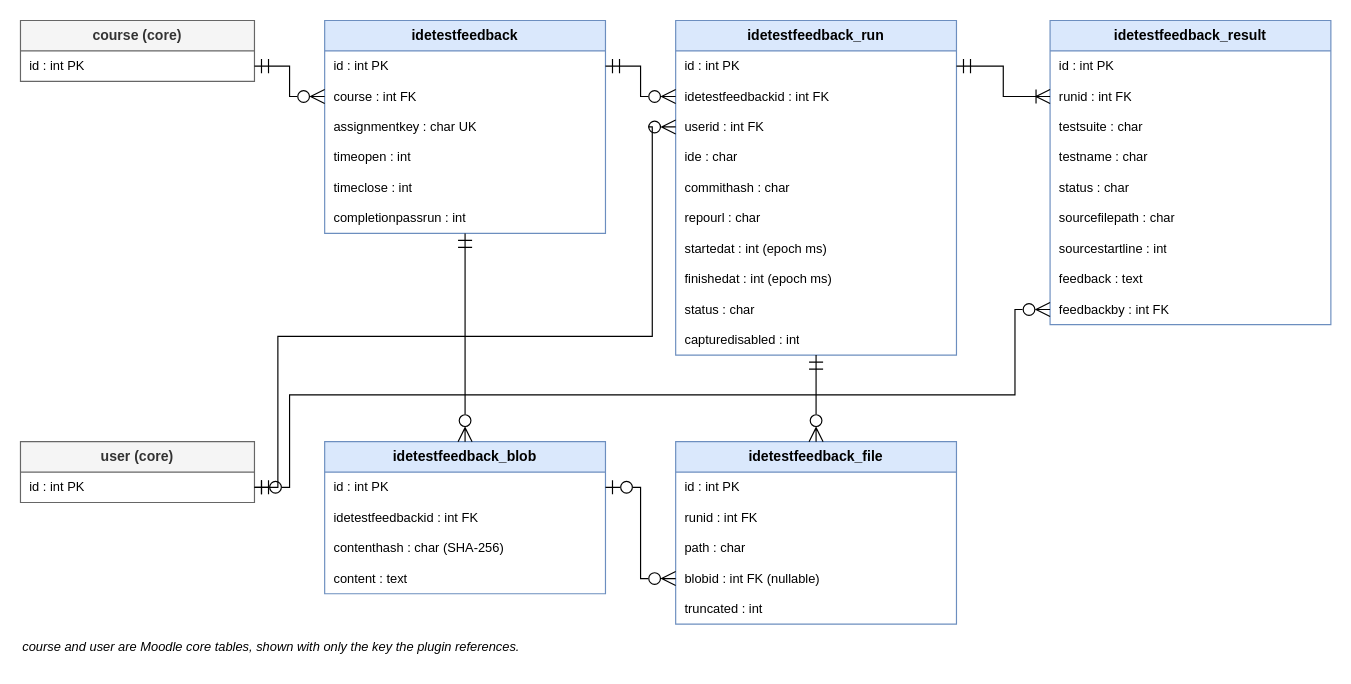
maanusroosioks/moodleplugin keeps this draw.io diagram as page "3 Data model" (3 of 8) of docs/architecture.drawio. Above is the earlier version. Source tidied: cells renumbered, new cells numbered last; positions are measured from the earlier drawing's top-left corner, leaving out a move shared by most shapes. Both pictures are drawn from the tidied source at 117%, with x=0, y=0 at pixel (20, 20).
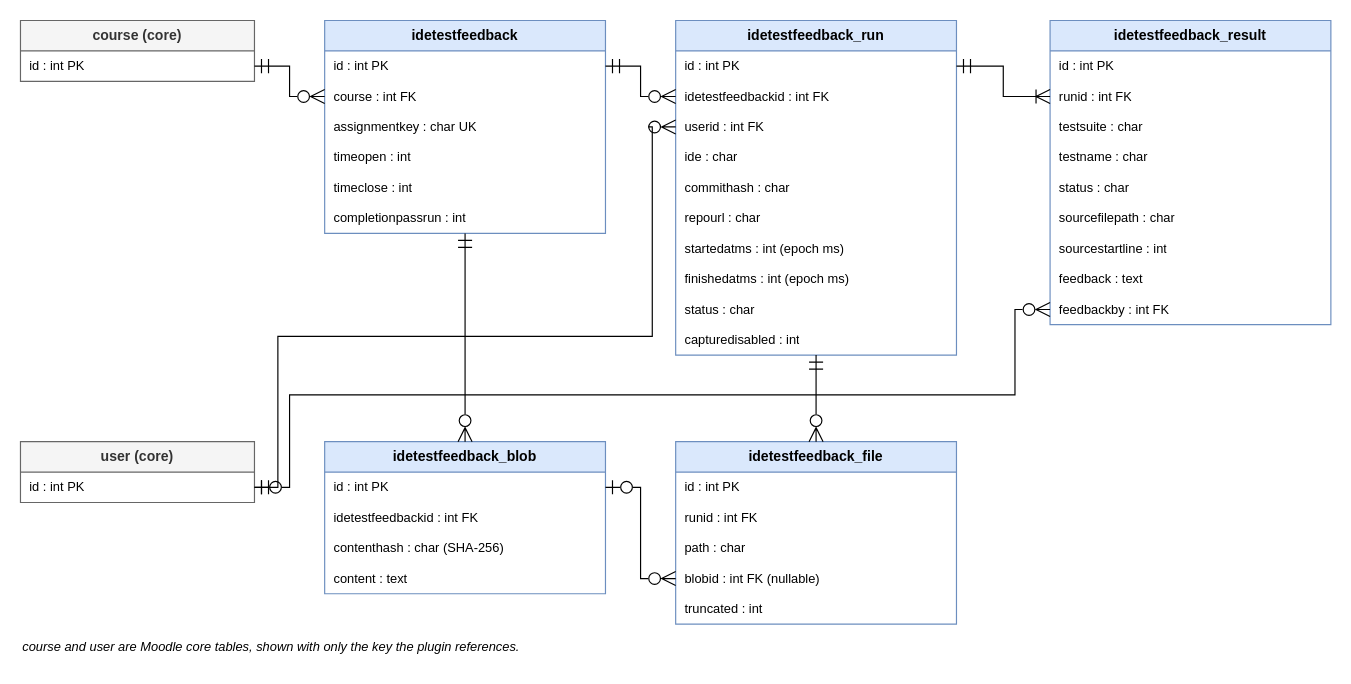
After the change.

The change refers to these unchanged cells:
```xml
<mxCell id="13" value="idetestfeedback_run" style="swimlane;fontStyle=1;horizontal=1;startSize=26;whiteSpace=wrap;html=1;swimlaneFillColor=default;fillColor=#dae8fc;strokeColor=#6c8ebf;" parent="1" vertex="1">
  <mxGeometry x="560" width="240" height="286" as="geometry" />
</mxCell>
```

Change to the diagram source:
```diff
@@
-    <mxCell id="20" value="startedat : int (epoch ms)" style="text;strokeColor=none;fillColor=none;align=left;verticalAlign=middle;spacingLeft=6;spacingRight=4;overflow=hidden;whiteSpace=wrap;html=1;fontSize=11;" parent="13" vertex="1">
+    <mxCell id="20" value="startedatms : int (epoch ms)" style="text;strokeColor=none;fillColor=none;align=left;verticalAlign=middle;spacingLeft=6;spacingRight=4;overflow=hidden;whiteSpace=wrap;html=1;fontSize=11;" parent="13" vertex="1">
       <mxGeometry y="182" width="240" height="26" as="geometry" />
     </mxCell>
-    <mxCell id="21" value="finishedat : int (epoch ms)" style="text;strokeColor=none;fillColor=none;align=left;verticalAlign=middle;spacingLeft=6;spacingRight=4;overflow=hidden;whiteSpace=wrap;html=1;fontSize=11;" parent="13" vertex="1">
+    <mxCell id="21" value="finishedatms : int (epoch ms)" style="text;strokeColor=none;fillColor=none;align=left;verticalAlign=middle;spacingLeft=6;spacingRight=4;overflow=hidden;whiteSpace=wrap;html=1;fontSize=11;" parent="13" vertex="1">
       <mxGeometry y="208" width="240" height="26" as="geometry" />
     </mxCell>
```
